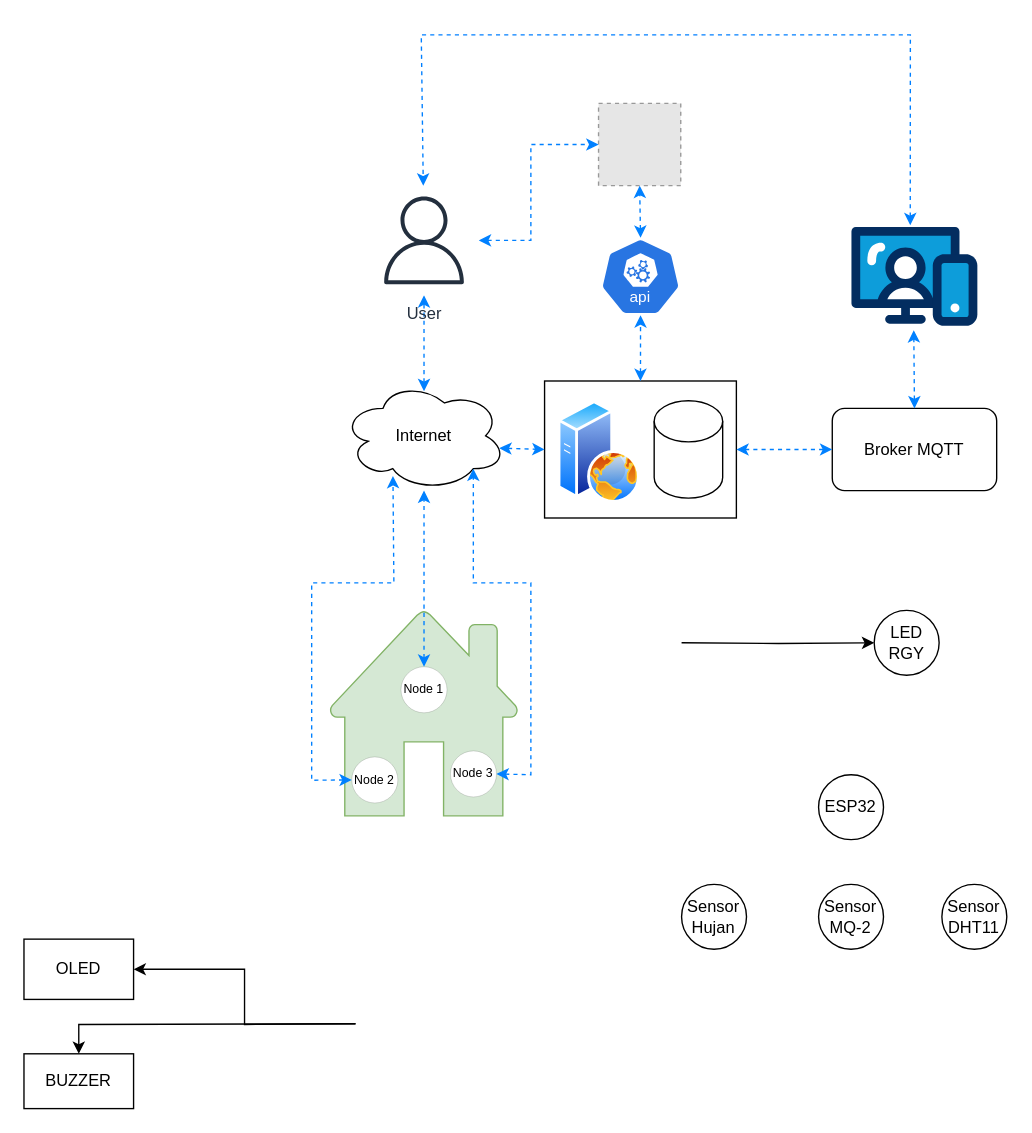
This is arsitektur-projek-akhir.drawio from Buitenzorx/projek-akhir, a draw.io file, before an edit. Source tidied: cells renumbered, new cells numbered last; positions are measured from the earlier drawing's top-left corner, leaving out a move shared by most shapes. Both pictures are drawn from the tidied source at 137%, with x=0, y=0 at pixel (23, 34). Pictures stored in the file or linked from it are replaced by grey dashed boxes.
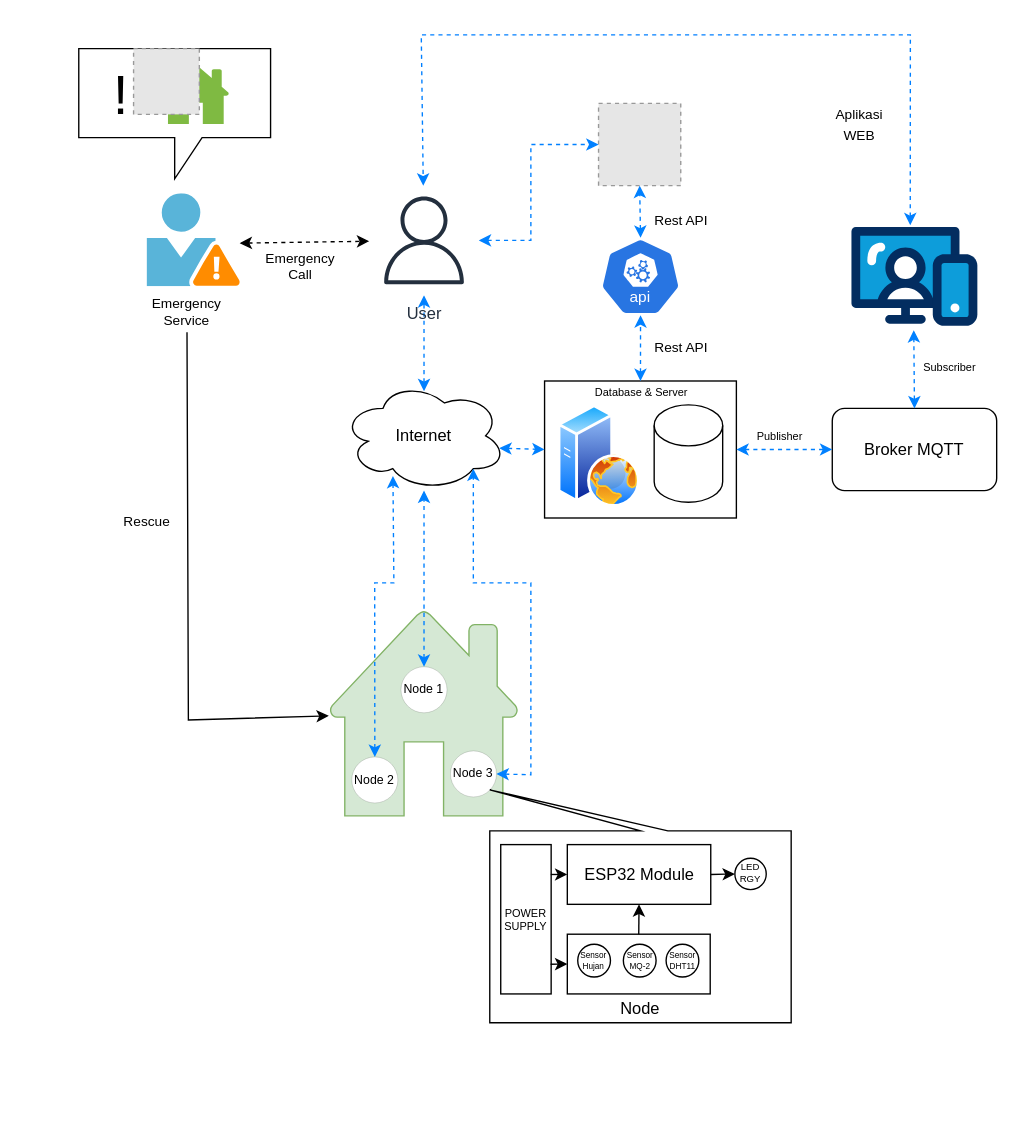
The same diagram, later.

The change refers to these unchanged cells:
```xml
<mxCell id="3" style="sketch=0;shadow=0;dashed=0;html=1;strokeColor=#82b366;fillColor=#d5e8d4;labelPosition=center;verticalLabelPosition=bottom;verticalAlign=top;outlineConnect=0;align=center;shape=mxgraph.office.concepts.home;" parent="2" vertex="1">
  <mxGeometry width="139" height="150" as="geometry" />
</mxCell>
<mxCell id="5" value="Node 2" style="ellipse;whiteSpace=wrap;html=1;strokeWidth=0;spacing=0;fontSize=9;" parent="4" vertex="1">
  <mxGeometry x="-6.3" y="65.8" width="33.6" height="33.6" as="geometry" />
</mxCell>
<mxCell id="21" style="group;" parent="1" vertex="1">
  <mxGeometry x="390" y="267" width="130" height="85.6" as="geometry" />
</mxCell>
<mxCell id="28" value="User" style="sketch=0;outlineConnect=0;fontColor=#232F3E;gradientColor=none;strokeColor=#232F3E;fillColor=#ffffff;dashed=0;verticalLabelPosition=bottom;verticalAlign=top;align=center;html=1;fontSize=12;fontStyle=0;shape=mxgraph.aws4.resourceIcon;resIcon=mxgraph.aws4.user;" parent="1" vertex="1">
  <mxGeometry x="252" y="110" width="80" height="80" as="geometry" />
</mxCell>
<mxCell id="29" value="Internet" style="ellipse;shape=cloud;whiteSpace=wrap;html=1;" parent="1" vertex="1">
  <mxGeometry x="232" y="252.6" width="120" height="80" as="geometry" />
</mxCell>
```

Diff of the diagram source:
```diff
@@
+    <mxCell id="40" style="shape=callout;whiteSpace=wrap;html=1;perimeter=calloutPerimeter;" parent="1" vertex="1">
+      <mxGeometry x="40" y="10" width="140" height="95" as="geometry" />
+    </mxCell>
+    <mxCell id="41" style="sketch=0;shadow=0;dashed=0;html=1;strokeColor=none;labelPosition=center;verticalLabelPosition=bottom;verticalAlign=top;align=center;shape=mxgraph.office.concepts.home;fillColor=#7FBA42;" parent="1" vertex="1">
+      <mxGeometry x="101" y="22" width="49" height="43" as="geometry" />
+    </mxCell>
@@
-    <mxCell id="10" value="OLED" style="rounded=0;whiteSpace=wrap;html=1;" parent="1" vertex="1">
-      <mxGeometry y="660" width="80" height="44" as="geometry" />
-    </mxCell>
-    <mxCell id="11" style="edgeStyle=orthogonalEdgeStyle;rounded=0;jettySize=auto;html=1;" parent="1" edge="1" target="25">
-      <mxGeometry relative="1" as="geometry">
-        <mxPoint x="242" y="721.8" as="sourcePoint" />
-      </mxGeometry>
-    </mxCell>
-    <mxCell id="12" style="edgeStyle=orthogonalEdgeStyle;rounded=0;jettySize=auto;html=1;exitX=0;exitY=0.5;exitDx=0;exitDy=0;entryX=1;entryY=0.5;entryDx=0;entryDy=0;" parent="1" edge="1" target="10">
-      <mxGeometry relative="1" as="geometry">
-        <mxPoint x="242" y="721.8" as="sourcePoint" />
-      </mxGeometry>
-    </mxCell>
-    <mxCell id="13" style="edgeStyle=orthogonalEdgeStyle;rounded=0;jettySize=auto;html=1;exitX=1;exitY=0.5;exitDx=0;exitDy=0;" parent="1" edge="1" target="26">
-      <mxGeometry relative="1" as="geometry">
-        <mxPoint x="480" y="443.7" as="sourcePoint" />
-      </mxGeometry>
-    </mxCell>
@@
-    <mxCell id="16" style="group;" parent="1" vertex="1">
-      <mxGeometry x="480" y="540" width="237.4" height="127.4" as="geometry" />
-    </mxCell>
-    <mxCell id="17" value="ESP32" style="ellipse;whiteSpace=wrap;html=1;" parent="16" vertex="1">
-      <mxGeometry x="100" width="47.4" height="47.4" as="geometry" />
-    </mxCell>
-    <mxCell id="18" value="Sensor DHT11" style="ellipse;whiteSpace=wrap;html=1;" parent="16" vertex="1">
-      <mxGeometry x="190" y="80" width="47.4" height="47.4" as="geometry" />
-    </mxCell>
-    <mxCell id="19" value="Sensor MQ-2" style="ellipse;whiteSpace=wrap;html=1;" parent="16" vertex="1">
-      <mxGeometry x="100" y="80" width="47.4" height="47.4" as="geometry" />
-    </mxCell>
-    <mxCell id="20" value="Sensor Hujan" style="ellipse;whiteSpace=wrap;html=1;" parent="16" vertex="1">
-      <mxGeometry y="80" width="47.4" height="47.4" as="geometry" />
-    </mxCell>
@@
     <mxCell id="23" style="image;perimeter=ellipsePerimeter;html=1;align=center;shadow=0;dashed=0;spacingTop=3;image=img/lib/active_directory/web_server.svg;" parent="21" vertex="1">
-      <mxGeometry width="60" height="75" as="geometry" />
+      <mxGeometry y="3" width="60" height="75" as="geometry" />
     </mxCell>
     <mxCell id="24" style="shape=cylinder3;whiteSpace=wrap;html=1;boundedLbl=1;backgroundOutline=1;size=15;" parent="21" vertex="1">
-      <mxGeometry x="70" width="50" height="71.1" as="geometry" />
+      <mxGeometry x="70" y="3" width="50" height="71.1" as="geometry" />
     </mxCell>
-    <mxCell id="25" value="BUZZER" style="rounded=0;whiteSpace=wrap;html=1;" parent="1" vertex="1">
-      <mxGeometry y="743.7" width="80" height="40" as="geometry" />
-    </mxCell>
-    <mxCell id="26" value="LED RGY" style="ellipse;whiteSpace=wrap;html=1;" parent="1" vertex="1">
-      <mxGeometry x="620.6" y="420" width="47.4" height="47.4" as="geometry" />
-    </mxCell>
+    <mxCell id="42" value="&lt;span style=&quot;font-size: 8px;&quot;&gt;Database &amp;amp; Server&lt;/span&gt;" style="text;html=1;align=center;verticalAlign=middle;whiteSpace=wrap;rounded=0;fontSize=8;" parent="21" vertex="1">
+      <mxGeometry x="11" y="-21.4" width="100" height="30" as="geometry" />
+    </mxCell>
@@
-    <mxCell id="39" style="endArrow=classic;startArrow=classic;html=1;rounded=0;dashed=1;fontColor=#007FFF;strokeColor=#0080FF;exitX=0;exitY=0.5;exitDx=0;exitDy=0;entryX=0.311;entryY=0.867;entryDx=0;entryDy=0;entryPerimeter=0;" parent="1" edge="1" source="5" target="29">
+    <mxCell id="39" style="endArrow=classic;startArrow=classic;html=1;rounded=0;dashed=1;fontColor=#007FFF;strokeColor=#0080FF;exitX=0.5;exitY=0;exitDx=0;exitDy=0;entryX=0.311;entryY=0.867;entryDx=0;entryDy=0;entryPerimeter=0;" parent="1" edge="1" source="5" target="29">
       <mxGeometry relative="1" as="geometry">
         <Array as="points">
-          <mxPoint x="210" y="544" />
-          <mxPoint x="210" y="400" />
+          <mxPoint x="256" y="400" />
           <mxPoint x="270" y="400" />
         </Array>
       </mxGeometry>
     </mxCell>
+    <mxCell id="43" style="group;" parent="1" vertex="1">
+      <mxGeometry x="340" y="551" width="220" height="175" as="geometry" />
+    </mxCell>
+    <mxCell id="44" style="shape=callout;whiteSpace=wrap;html=1;perimeter=calloutPerimeter;base=20;position2=0;flipV=1;flipH=0;" parent="43" vertex="1">
+      <mxGeometry width="220" height="170" as="geometry" />
+    </mxCell>
+    <mxCell id="45" style="group;fontSize=4;" parent="43" vertex="1">
+      <mxGeometry x="8" y="40" width="200" height="109" as="geometry" />
+    </mxCell>
+    <mxCell id="46" style="group;fontSize=10;" parent="45" vertex="1">
+      <mxGeometry x="36.8" y="7.3" width="146.4" height="94.5" as="geometry" />
+    </mxCell>
+    <mxCell id="47" style="group;" parent="46" vertex="1">
+      <mxGeometry x="11.8" y="58.1" width="104.3" height="43.6" as="geometry" />
+    </mxCell>
+    <mxCell id="48" style="whiteSpace=wrap;html=1;" parent="47" vertex="1">
+      <mxGeometry width="104.3" height="43.6" as="geometry" />
+    </mxCell>
+    <mxCell id="49" style="group;" parent="47" vertex="1">
+      <mxGeometry x="7.6" y="7.3" width="89" height="29" as="geometry" />
+    </mxCell>
+    <mxCell id="18" value="Sensor DHT11" style="ellipse;whiteSpace=wrap;html=1;fontSize=6;" parent="49" vertex="1">
+      <mxGeometry x="64.5" width="23.9" height="23.9" as="geometry" />
+    </mxCell>
+    <mxCell id="19" value="Sensor MQ-2" style="ellipse;whiteSpace=wrap;html=1;fontSize=6;" parent="49" vertex="1">
+      <mxGeometry x="33.3" width="23.9" height="23.9" as="geometry" />
+    </mxCell>
+    <mxCell id="20" value="Sensor Hujan" style="ellipse;whiteSpace=wrap;html=1;fontSize=6;" parent="49" vertex="1">
+      <mxGeometry width="23.9" height="23.9" as="geometry" />
+    </mxCell>
+    <mxCell id="50" value="POWER&lt;div style=&quot;font-size: 8px;&quot;&gt;SUPPLY&lt;/div&gt;" style="whiteSpace=wrap;html=1;fontSize=8;" parent="45" vertex="1">
+      <mxGeometry width="36.8" height="109" as="geometry" />
+    </mxCell>
+    <mxCell id="26" value="LED RGY" style="ellipse;whiteSpace=wrap;html=1;fontSize=7;" parent="45" vertex="1">
+      <mxGeometry x="170.9" y="10" width="22.9" height="22.9" as="geometry" />
+    </mxCell>
+    <mxCell id="51" style="endArrow=classic;html=1;rounded=0;entryX=0;entryY=0.5;entryDx=0;entryDy=0;exitX=1;exitY=0.5;exitDx=0;exitDy=0;" parent="45" edge="1" source="52" target="26">
+      <mxGeometry relative="1" as="geometry" />
+    </mxCell>
+    <mxCell id="52" value="ESP32 Module" style="whiteSpace=wrap;html=1;" parent="45" vertex="1">
+      <mxGeometry x="48.6" width="104.7" height="43.6" as="geometry" />
+    </mxCell>
+    <mxCell id="53" style="endArrow=classic;html=1;rounded=0;entryX=0;entryY=0.5;entryDx=0;entryDy=0;exitX=0.993;exitY=0.2;exitDx=0;exitDy=0;exitPerimeter=0;" parent="45" edge="1" source="50" target="52">
+      <mxGeometry relative="1" as="geometry" />
+    </mxCell>
+    <mxCell id="54" style="endArrow=classic;html=1;rounded=0;entryX=0;entryY=0.5;entryDx=0;entryDy=0;exitX=0.99;exitY=0.801;exitDx=0;exitDy=0;exitPerimeter=0;" parent="45" edge="1" source="50" target="48">
+      <mxGeometry relative="1" as="geometry" />
+    </mxCell>
+    <mxCell id="55" style="endArrow=classic;html=1;rounded=0;entryX=0.5;entryY=1;entryDx=0;entryDy=0;exitX=0.5;exitY=0;exitDx=0;exitDy=0;" parent="45" edge="1" source="48" target="52">
+      <mxGeometry relative="1" as="geometry" />
+    </mxCell>
+    <mxCell id="56" value="Node" style="text;html=1;align=center;verticalAlign=middle;whiteSpace=wrap;rounded=0;" parent="43" vertex="1">
+      <mxGeometry x="80" y="145" width="60" height="30" as="geometry" />
+    </mxCell>
+    <mxCell id="57" value="&lt;font style=&quot;font-size: 10px;&quot;&gt;Rest API&lt;/font&gt;" style="text;html=1;align=center;verticalAlign=middle;whiteSpace=wrap;rounded=0;" parent="1" vertex="1">
+      <mxGeometry x="450" y="212.6" width="60" height="30" as="geometry" />
+    </mxCell>
+    <mxCell id="58" value="&lt;font style=&quot;font-size: 10px;&quot;&gt;Rest API&lt;/font&gt;" style="text;html=1;align=center;verticalAlign=middle;whiteSpace=wrap;rounded=0;" parent="1" vertex="1">
+      <mxGeometry x="450" y="120" width="60" height="30" as="geometry" />
+    </mxCell>
+    <mxCell id="59" value="&lt;font style=&quot;font-size: 10px;&quot;&gt;Aplikasi WEB&lt;/font&gt;" style="text;html=1;align=center;verticalAlign=middle;whiteSpace=wrap;rounded=0;" parent="1" vertex="1">
+      <mxGeometry x="580" y="50" width="60" height="30" as="geometry" />
+    </mxCell>
+    <mxCell id="60" value="&lt;font style=&quot;font-size: 8px;&quot;&gt;Publisher&lt;/font&gt;" style="text;html=1;align=center;verticalAlign=middle;whiteSpace=wrap;rounded=0;" parent="1" vertex="1">
+      <mxGeometry x="522" y="276.6" width="60" height="30" as="geometry" />
+    </mxCell>
+    <mxCell id="61" value="&lt;font style=&quot;font-size: 8px;&quot;&gt;Subscriber&lt;/font&gt;" style="text;html=1;align=center;verticalAlign=middle;whiteSpace=wrap;rounded=0;" parent="1" vertex="1">
+      <mxGeometry x="646" y="226.6" width="60" height="30" as="geometry" />
+    </mxCell>
+    <mxCell id="62" style="image;html=1;points=[];align=center;fontSize=12;image=img/lib/azure2/security/Azure_AD_Risky_Users.svg;" parent="1" vertex="1">
+      <mxGeometry x="90" y="116" width="68" height="68" as="geometry" />
+    </mxCell>
+    <mxCell id="63" style="endArrow=classic;startArrow=classic;html=1;rounded=0;dashed=1;fontColor=#007FFF;strokeColor=#000000;exitX=0.992;exitY=0.529;exitDx=0;exitDy=0;exitPerimeter=0;" parent="1" edge="1" source="62" target="28">
+      <mxGeometry relative="1" as="geometry" />
+    </mxCell>
+    <mxCell id="64" value="Emergency&lt;div style=&quot;font-size: 10px;&quot;&gt;Call&lt;/div&gt;" style="text;html=1;align=center;verticalAlign=middle;whiteSpace=wrap;rounded=0;fontSize=10;" parent="1" vertex="1">
+      <mxGeometry x="172" y="154" width="60" height="30" as="geometry" />
+    </mxCell>
+    <mxCell id="65" value="Emergency&lt;div&gt;Service&lt;/div&gt;" style="text;html=1;align=center;verticalAlign=middle;whiteSpace=wrap;rounded=0;fontSize=10;" parent="1" vertex="1">
+      <mxGeometry x="89" y="187" width="60" height="30" as="geometry" />
+    </mxCell>
+    <mxCell id="66" style="fillColor=#E6E6E6;strokeColor=#999999;dashed=1;html=1;verticalAlign=top;verticalLabelPosition=bottom;labelBackgroundColor=#ffffff;" parent="1" vertex="1">
+      <mxGeometry x="80" y="10" width="48" height="48" as="geometry" />
+    </mxCell>
+    <mxCell id="67" value="!" style="text;html=1;align=center;verticalAlign=middle;whiteSpace=wrap;rounded=0;fontSize=40;" parent="1" vertex="1">
+      <mxGeometry x="41" y="28" width="60" height="30" as="geometry" />
+    </mxCell>
+    <mxCell id="68" style="endArrow=classic;html=1;rounded=0;exitX=0.5;exitY=1;exitDx=0;exitDy=0;" parent="1" edge="1" source="65" target="3">
+      <mxGeometry relative="1" as="geometry">
+        <Array as="points">
+          <mxPoint x="120" y="500" />
+        </Array>
+      </mxGeometry>
+    </mxCell>
+    <mxCell id="69" value="Rescue" style="text;html=1;align=center;verticalAlign=middle;whiteSpace=wrap;rounded=0;fontSize=10;" parent="1" vertex="1">
+      <mxGeometry x="60" y="340" width="60" height="30" as="geometry" />
+    </mxCell>
```
